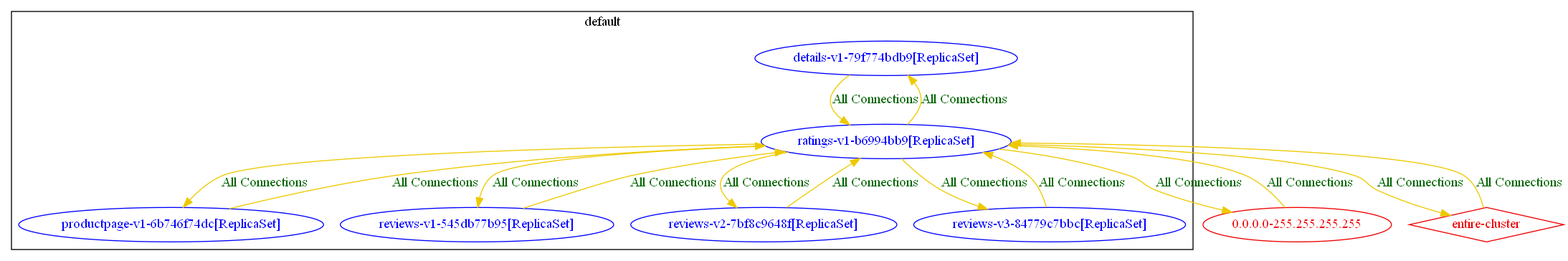
np-guard/netpol-analyzer keeps this Graphviz diagram as test_outputs/connlist/exposure_k8s_ingress_test_focus_workload_ratings-v1-b6994bb9_connlist_output.dot.png. Above is the earlier version. Its source is kept beside it as test_outputs/connlist/exposure_k8s_ingress_test_focus_workload_ratings-v1-b6994bb9_connlist_output.dot. Its diagram source:
```dot
digraph {
	subgraph "cluster_default" {
		color="black"
		fontcolor="black"
		"default/details-v1-79f774bdb9[ReplicaSet]" [label="details-v1-79f774bdb9[ReplicaSet]" color="blue" fontcolor="blue"]
		"default/productpage-v1-6b746f74dc[ReplicaSet]" [label="productpage-v1-6b746f74dc[ReplicaSet]" color="blue" fontcolor="blue"]
		"default/ratings-v1-b6994bb9[ReplicaSet]" [label="ratings-v1-b6994bb9[ReplicaSet]" color="blue" fontcolor="blue"]
		"default/reviews-v1-545db77b95[ReplicaSet]" [label="reviews-v1-545db77b95[ReplicaSet]" color="blue" fontcolor="blue"]
		"default/reviews-v2-7bf8c9648f[ReplicaSet]" [label="reviews-v2-7bf8c9648f[ReplicaSet]" color="blue" fontcolor="blue"]
		"default/reviews-v3-84779c7bbc[ReplicaSet]" [label="reviews-v3-84779c7bbc[ReplicaSet]" color="blue" fontcolor="blue"]
		label="default"
	}
	"0.0.0.0-255.255.255.255" [label="0.0.0.0-255.255.255.255" color="red2" fontcolor="red2"]
	"entire-cluster" [label="entire-cluster" color="red2" fontcolor="red2" shape=diamond]
	"0.0.0.0-255.255.255.255" -> "default/ratings-v1-b6994bb9[ReplicaSet]" [label="All Connections" color="gold2" fontcolor="darkgreen"]
	"default/details-v1-79f774bdb9[ReplicaSet]" -> "default/ratings-v1-b6994bb9[ReplicaSet]" [label="All Connections" color="gold2" fontcolor="darkgreen"]
	"default/productpage-v1-6b746f74dc[ReplicaSet]" -> "default/ratings-v1-b6994bb9[ReplicaSet]" [label="All Connections" color="gold2" fontcolor="darkgreen"]
	"default/ratings-v1-b6994bb9[ReplicaSet]" -> "0.0.0.0-255.255.255.255" [label="All Connections" color="gold2" fontcolor="darkgreen"]
	"default/ratings-v1-b6994bb9[ReplicaSet]" -> "default/details-v1-79f774bdb9[ReplicaSet]" [label="All Connections" color="gold2" fontcolor="darkgreen"]
	"default/ratings-v1-b6994bb9[ReplicaSet]" -> "default/productpage-v1-6b746f74dc[ReplicaSet]" [label="All Connections" color="gold2" fontcolor="darkgreen"]
	"default/ratings-v1-b6994bb9[ReplicaSet]" -> "default/reviews-v1-545db77b95[ReplicaSet]" [label="All Connections" color="gold2" fontcolor="darkgreen"]
	"default/ratings-v1-b6994bb9[ReplicaSet]" -> "default/reviews-v2-7bf8c9648f[ReplicaSet]" [label="All Connections" color="gold2" fontcolor="darkgreen"]
	"default/ratings-v1-b6994bb9[ReplicaSet]" -> "default/reviews-v3-84779c7bbc[ReplicaSet]" [label="All Connections" color="gold2" fontcolor="darkgreen"]
	"default/ratings-v1-b6994bb9[ReplicaSet]" -> "entire-cluster" [label="All Connections" color="gold2" fontcolor="darkgreen"]
	"default/reviews-v1-545db77b95[ReplicaSet]" -> "default/ratings-v1-b6994bb9[ReplicaSet]" [label="All Connections" color="gold2" fontcolor="darkgreen"]
	"default/reviews-v2-7bf8c9648f[ReplicaSet]" -> "default/ratings-v1-b6994bb9[ReplicaSet]" [label="All Connections" color="gold2" fontcolor="darkgreen"]
	"default/reviews-v3-84779c7bbc[ReplicaSet]" -> "default/ratings-v1-b6994bb9[ReplicaSet]" [label="All Connections" color="gold2" fontcolor="darkgreen"]
	"entire-cluster" -> "default/ratings-v1-b6994bb9[ReplicaSet]" [label="All Connections" color="gold2" fontcolor="darkgreen"]
}
```
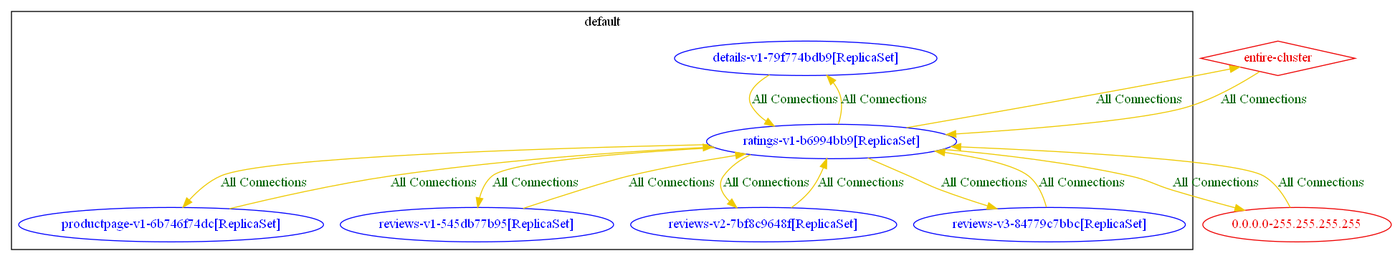
Above is the later version.

Change to the diagram source:
```diff
@@ -21,9 +21,9 @@
 	"default/ratings-v1-b6994bb9[ReplicaSet]" -> "default/reviews-v1-545db77b95[ReplicaSet]" [label="All Connections" color="gold2" fontcolor="darkgreen"]
 	"default/ratings-v1-b6994bb9[ReplicaSet]" -> "default/reviews-v2-7bf8c9648f[ReplicaSet]" [label="All Connections" color="gold2" fontcolor="darkgreen"]
 	"default/ratings-v1-b6994bb9[ReplicaSet]" -> "default/reviews-v3-84779c7bbc[ReplicaSet]" [label="All Connections" color="gold2" fontcolor="darkgreen"]
-	"default/ratings-v1-b6994bb9[ReplicaSet]" -> "entire-cluster" [label="All Connections" color="gold2" fontcolor="darkgreen"]
+	"default/ratings-v1-b6994bb9[ReplicaSet]" -> "entire-cluster" [label="All Connections" color="gold2" fontcolor="darkgreen" weight=0.5]
 	"default/reviews-v1-545db77b95[ReplicaSet]" -> "default/ratings-v1-b6994bb9[ReplicaSet]" [label="All Connections" color="gold2" fontcolor="darkgreen"]
 	"default/reviews-v2-7bf8c9648f[ReplicaSet]" -> "default/ratings-v1-b6994bb9[ReplicaSet]" [label="All Connections" color="gold2" fontcolor="darkgreen"]
 	"default/reviews-v3-84779c7bbc[ReplicaSet]" -> "default/ratings-v1-b6994bb9[ReplicaSet]" [label="All Connections" color="gold2" fontcolor="darkgreen"]
-	"entire-cluster" -> "default/ratings-v1-b6994bb9[ReplicaSet]" [label="All Connections" color="gold2" fontcolor="darkgreen"]
+	"entire-cluster" -> "default/ratings-v1-b6994bb9[ReplicaSet]" [label="All Connections" color="gold2" fontcolor="darkgreen" weight=1]
 }
```
